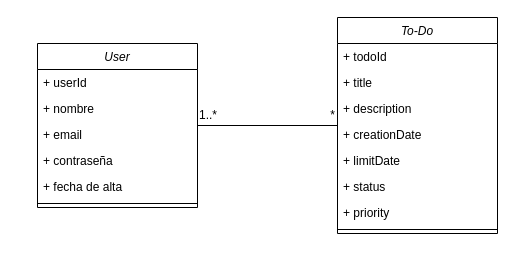
The draw.io diagram BDA-P2.drawio in UlloaSP/BDA-P2, before the edit. Source tidied: cells renumbered, new cells numbered last; positions are measured from the earlier drawing's top-left corner, leaving out a move shared by most shapes. Both pictures are drawn from the tidied source at 100%, with x=0, y=0 at pixel (37, 17).
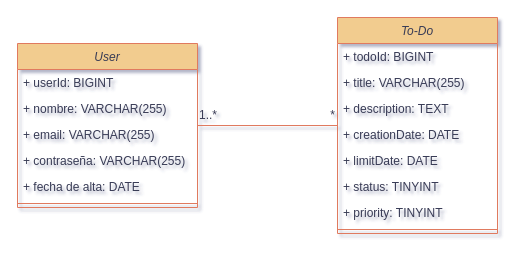
The same page after the edit.

The edit, as a diff of the source:
```diff
@@
-<mxGraphModel>
+<mxGraphModel shadow="1">
@@
-    <mxCell id="2" value="User" style="swimlane;fontStyle=2;align=center;verticalAlign=top;horizontal=1;startSize=26;rounded=0;shadow=0;strokeWidth=1;" parent="1" vertex="1">
-      <mxGeometry y="26" width="160" height="164" as="geometry" />
+    <mxCell id="2" value="User" style="swimlane;fontStyle=2;align=center;verticalAlign=top;horizontal=1;startSize=26;rounded=0;shadow=0;strokeWidth=1;labelBackgroundColor=none;fillColor=#F2CC8F;strokeColor=#E07A5F;fontColor=#393C56;" parent="1" vertex="1">
+      <mxGeometry x="-20" y="26" width="180" height="164" as="geometry" />
     </mxCell>
-    <mxCell id="3" value="+ userId" style="text;align=left;verticalAlign=top;spacingLeft=4;spacingRight=4;overflow=hidden;" parent="2" vertex="1">
-      <mxGeometry y="26" width="160" height="26" as="geometry" />
+    <mxCell id="3" value="+ userId: BIGINT" style="text;align=left;verticalAlign=top;spacingLeft=4;spacingRight=4;overflow=hidden;labelBackgroundColor=none;fontColor=#393C56;" parent="2" vertex="1">
+      <mxGeometry y="26" width="180" height="26" as="geometry" />
     </mxCell>
-    <mxCell id="4" value="+ nombre" style="text;align=left;verticalAlign=top;spacingLeft=4;spacingRight=4;overflow=hidden;rounded=0;shadow=0;html=0;" parent="2" vertex="1">
-      <mxGeometry y="52" width="160" height="26" as="geometry" />
+    <mxCell id="4" value="+ nombre: VARCHAR(255)" style="text;align=left;verticalAlign=top;spacingLeft=4;spacingRight=4;overflow=hidden;rounded=0;shadow=0;html=0;labelBackgroundColor=none;fontColor=#393C56;" parent="2" vertex="1">
+      <mxGeometry y="52" width="180" height="26" as="geometry" />
     </mxCell>
-    <mxCell id="5" value="+ email" style="text;align=left;verticalAlign=top;spacingLeft=4;spacingRight=4;overflow=hidden;rounded=0;shadow=0;html=0;" parent="2" vertex="1">
-      <mxGeometry y="78" width="160" height="26" as="geometry" />
+    <mxCell id="5" value="+ email: VARCHAR(255)" style="text;align=left;verticalAlign=top;spacingLeft=4;spacingRight=4;overflow=hidden;rounded=0;shadow=0;html=0;labelBackgroundColor=none;fontColor=#393C56;" parent="2" vertex="1">
+      <mxGeometry y="78" width="180" height="26" as="geometry" />
     </mxCell>
-    <mxCell id="6" value="+ contraseña" style="text;align=left;verticalAlign=top;spacingLeft=4;spacingRight=4;overflow=hidden;rounded=0;shadow=0;html=0;" parent="2" vertex="1">
-      <mxGeometry y="104" width="160" height="26" as="geometry" />
+    <mxCell id="6" value="+ contraseña: VARCHAR(255)" style="text;align=left;verticalAlign=top;spacingLeft=4;spacingRight=4;overflow=hidden;rounded=0;shadow=0;html=0;labelBackgroundColor=none;fontColor=#393C56;" parent="2" vertex="1">
+      <mxGeometry y="104" width="180" height="26" as="geometry" />
     </mxCell>
-    <mxCell id="7" value="+ fecha de alta" style="text;align=left;verticalAlign=top;spacingLeft=4;spacingRight=4;overflow=hidden;rounded=0;shadow=0;html=0;" parent="2" vertex="1">
-      <mxGeometry y="130" width="160" height="26" as="geometry" />
+    <mxCell id="7" value="+ fecha de alta: DATE" style="text;align=left;verticalAlign=top;spacingLeft=4;spacingRight=4;overflow=hidden;rounded=0;shadow=0;html=0;labelBackgroundColor=none;fontColor=#393C56;" parent="2" vertex="1">
+      <mxGeometry y="130" width="180" height="26" as="geometry" />
     </mxCell>
-    <mxCell id="8" style="line;html=1;strokeWidth=1;align=left;verticalAlign=middle;spacingTop=-1;spacingLeft=3;spacingRight=3;labelPosition=right;" parent="2" vertex="1">
-      <mxGeometry y="156" width="160" height="8" as="geometry" />
+    <mxCell id="8" style="line;html=1;strokeWidth=1;align=left;verticalAlign=middle;spacingTop=-1;spacingLeft=3;spacingRight=3;labelPosition=right;labelBackgroundColor=none;fillColor=#F2CC8F;strokeColor=#E07A5F;fontColor=#393C56;" parent="2" vertex="1">
+      <mxGeometry y="156" width="180" height="8" as="geometry" />
     </mxCell>
-    <mxCell id="9" value="To-Do" style="swimlane;fontStyle=2;align=center;verticalAlign=top;horizontal=1;startSize=26;rounded=0;shadow=0;strokeWidth=1;" parent="1" vertex="1">
+    <mxCell id="9" value="To-Do" style="swimlane;fontStyle=2;align=center;verticalAlign=top;horizontal=1;startSize=26;rounded=0;shadow=0;strokeWidth=1;labelBackgroundColor=none;fillColor=#F2CC8F;strokeColor=#E07A5F;fontColor=#393C56;" parent="1" vertex="1">
       <mxGeometry x="300" width="160" height="216" as="geometry" />
     </mxCell>
-    <mxCell id="10" value="+ todoId" style="text;align=left;verticalAlign=top;spacingLeft=4;spacingRight=4;overflow=hidden;" parent="9" vertex="1">
+    <mxCell id="10" value="+ todoId: BIGINT" style="text;align=left;verticalAlign=top;spacingLeft=4;spacingRight=4;overflow=hidden;labelBackgroundColor=none;fontColor=#393C56;" parent="9" vertex="1">
       <mxGeometry y="26" width="160" height="26" as="geometry" />
     </mxCell>
-    <mxCell id="11" value="+ title" style="text;align=left;verticalAlign=top;spacingLeft=4;spacingRight=4;overflow=hidden;rounded=0;shadow=0;html=0;" parent="9" vertex="1">
+    <mxCell id="11" value="+ title: VARCHAR(255)" style="text;align=left;verticalAlign=top;spacingLeft=4;spacingRight=4;overflow=hidden;rounded=0;shadow=0;html=0;labelBackgroundColor=none;fontColor=#393C56;" parent="9" vertex="1">
       <mxGeometry y="52" width="160" height="26" as="geometry" />
     </mxCell>
-    <mxCell id="12" value="+ description" style="text;align=left;verticalAlign=top;spacingLeft=4;spacingRight=4;overflow=hidden;rounded=0;shadow=0;html=0;" parent="9" vertex="1">
+    <mxCell id="12" value="+ description: TEXT" style="text;align=left;verticalAlign=top;spacingLeft=4;spacingRight=4;overflow=hidden;rounded=0;shadow=0;html=0;labelBackgroundColor=none;fontColor=#393C56;" parent="9" vertex="1">
       <mxGeometry y="78" width="160" height="26" as="geometry" />
     </mxCell>
-    <mxCell id="13" value="+ creationDate" style="text;align=left;verticalAlign=top;spacingLeft=4;spacingRight=4;overflow=hidden;rounded=0;shadow=0;html=0;" parent="9" vertex="1">
+    <mxCell id="13" value="+ creationDate: DATE" style="text;align=left;verticalAlign=top;spacingLeft=4;spacingRight=4;overflow=hidden;rounded=0;shadow=0;html=0;labelBackgroundColor=none;fontColor=#393C56;" parent="9" vertex="1">
       <mxGeometry y="104" width="160" height="26" as="geometry" />
     </mxCell>
-    <mxCell id="14" value="+ limitDate" style="text;align=left;verticalAlign=top;spacingLeft=4;spacingRight=4;overflow=hidden;rounded=0;shadow=0;html=0;" parent="9" vertex="1">
+    <mxCell id="14" value="+ limitDate: DATE" style="text;align=left;verticalAlign=top;spacingLeft=4;spacingRight=4;overflow=hidden;rounded=0;shadow=0;html=0;labelBackgroundColor=none;fontColor=#393C56;" parent="9" vertex="1">
       <mxGeometry y="130" width="160" height="26" as="geometry" />
     </mxCell>
-    <mxCell id="15" value="+ status" style="text;align=left;verticalAlign=top;spacingLeft=4;spacingRight=4;overflow=hidden;rounded=0;shadow=0;html=0;" parent="9" vertex="1">
+    <mxCell id="15" value="+ status: TINYINT" style="text;align=left;verticalAlign=top;spacingLeft=4;spacingRight=4;overflow=hidden;rounded=0;shadow=0;html=0;labelBackgroundColor=none;fontColor=#393C56;" parent="9" vertex="1">
       <mxGeometry y="156" width="160" height="26" as="geometry" />
     </mxCell>
-    <mxCell id="16" value="+ priority" style="text;align=left;verticalAlign=top;spacingLeft=4;spacingRight=4;overflow=hidden;rounded=0;shadow=0;html=0;" parent="9" vertex="1">
+    <mxCell id="16" value="+ priority: TINYINT" style="text;align=left;verticalAlign=top;spacingLeft=4;spacingRight=4;overflow=hidden;rounded=0;shadow=0;html=0;labelBackgroundColor=none;fontColor=#393C56;" parent="9" vertex="1">
       <mxGeometry y="182" width="160" height="26" as="geometry" />
     </mxCell>
-    <mxCell id="17" style="line;html=1;strokeWidth=1;align=left;verticalAlign=middle;spacingTop=-1;spacingLeft=3;spacingRight=3;labelPosition=right;" parent="9" vertex="1">
+    <mxCell id="17" style="line;html=1;strokeWidth=1;align=left;verticalAlign=middle;spacingTop=-1;spacingLeft=3;spacingRight=3;labelPosition=right;labelBackgroundColor=none;fillColor=#F2CC8F;strokeColor=#E07A5F;fontColor=#393C56;" parent="9" vertex="1">
       <mxGeometry y="208" width="160" height="8" as="geometry" />
     </mxCell>
-    <mxCell id="18" style="endArrow=none;html=1;rounded=0;hachureGap=4;fontFamily=Architects Daughter;curved=0;strokeColor=default;" parent="1" edge="1" source="2" target="9">
+    <mxCell id="18" style="endArrow=none;html=1;rounded=0;hachureGap=4;fontFamily=Architects Daughter;curved=0;strokeColor=#E07A5F;labelBackgroundColor=none;fontColor=default;" parent="1" edge="1" source="2" target="9">
       <mxGeometry relative="1" as="geometry" />
     </mxCell>
-    <mxCell id="19" value="&lt;p align=&quot;left&quot;&gt;1..*&lt;/p&gt;" style="text;html=1;align=left;verticalAlign=middle;whiteSpace=wrap;rounded=0;fontFamily=Helvetica;fontStyle=0;" parent="1" vertex="1">
+    <mxCell id="19" value="&lt;p align=&quot;left&quot;&gt;1..*&lt;/p&gt;" style="text;html=1;align=left;verticalAlign=middle;whiteSpace=wrap;rounded=0;fontFamily=Helvetica;fontStyle=0;labelBackgroundColor=none;fontColor=#393C56;" parent="1" vertex="1">
       <mxGeometry x="160" y="83" width="20" height="30" as="geometry" />
     </mxCell>
-    <mxCell id="20" value="&lt;div align=&quot;right&quot;&gt;*&lt;/div&gt;" style="text;html=1;align=right;verticalAlign=middle;whiteSpace=wrap;rounded=0;fontFamily=Helvetica;fontStyle=0;" parent="1" vertex="1">
+    <mxCell id="20" value="&lt;div align=&quot;right&quot;&gt;*&lt;/div&gt;" style="text;html=1;align=right;verticalAlign=middle;whiteSpace=wrap;rounded=0;fontFamily=Helvetica;fontStyle=0;labelBackgroundColor=none;fontColor=#393C56;" parent="1" vertex="1">
       <mxGeometry x="280" y="83" width="20" height="30" as="geometry" />
     </mxCell>
```
